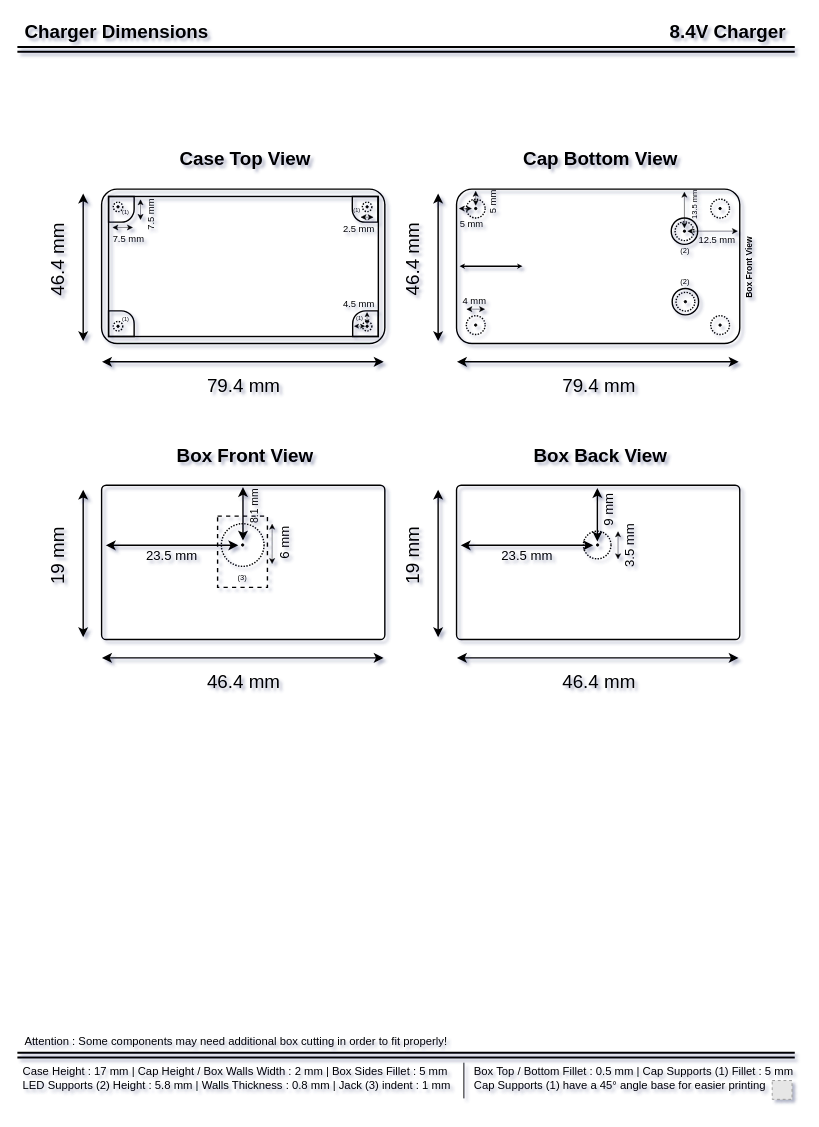
teodormorosanu/Electronic-Projects keeps this draw.io diagram as Projects/8.4V_Charger/Design/Dimensions/DRAWIO/Charger_Dimensions.drawio. Above is the earlier version. Source tidied: cells renumbered, new cells numbered last; positions are measured from the earlier drawing's top-left corner, leaving out a move shared by most shapes. Both pictures are drawn from the tidied source at 94%, with x=0, y=0 at pixel (-18, 16). Pictures stored in the file or linked from it are replaced by grey dashed boxes.
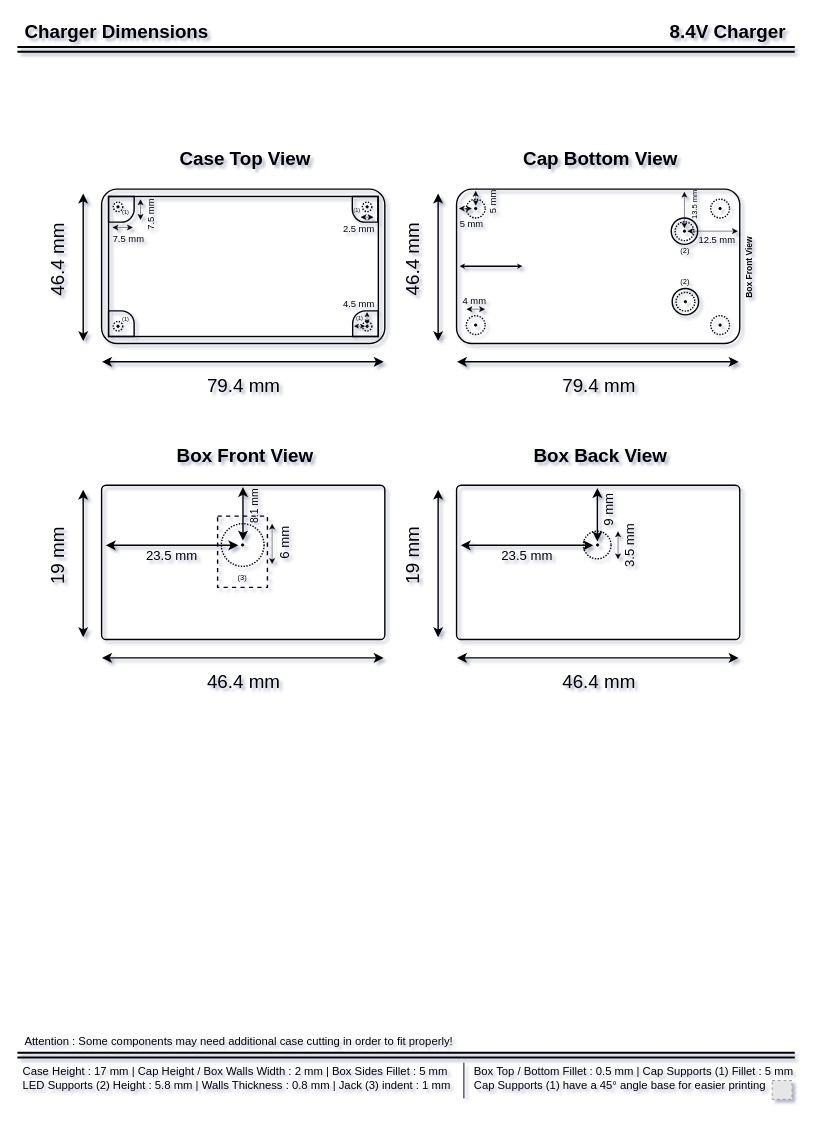
Above is the later version.

Change to the diagram source:
```diff
@@
-    <mxCell id="10" value="&lt;div style=&quot;&quot;&gt;Attention : Some components may need additional box cutting in order to fit properly!&lt;/div&gt;" style="text;strokeColor=none;align=left;fillColor=none;html=1;verticalAlign=middle;whiteSpace=wrap;rounded=0;" parent="1" vertex="1">
+    <mxCell id="10" value="&lt;div style=&quot;&quot;&gt;Attention : Some components may need additional case cutting in order to fit properly!&lt;/div&gt;" style="text;strokeColor=none;align=left;fillColor=none;html=1;verticalAlign=middle;whiteSpace=wrap;rounded=0;" parent="1" vertex="1">
       <mxGeometry x="43" y="1081" width="466" height="20" as="geometry" />
     </mxCell>
```
